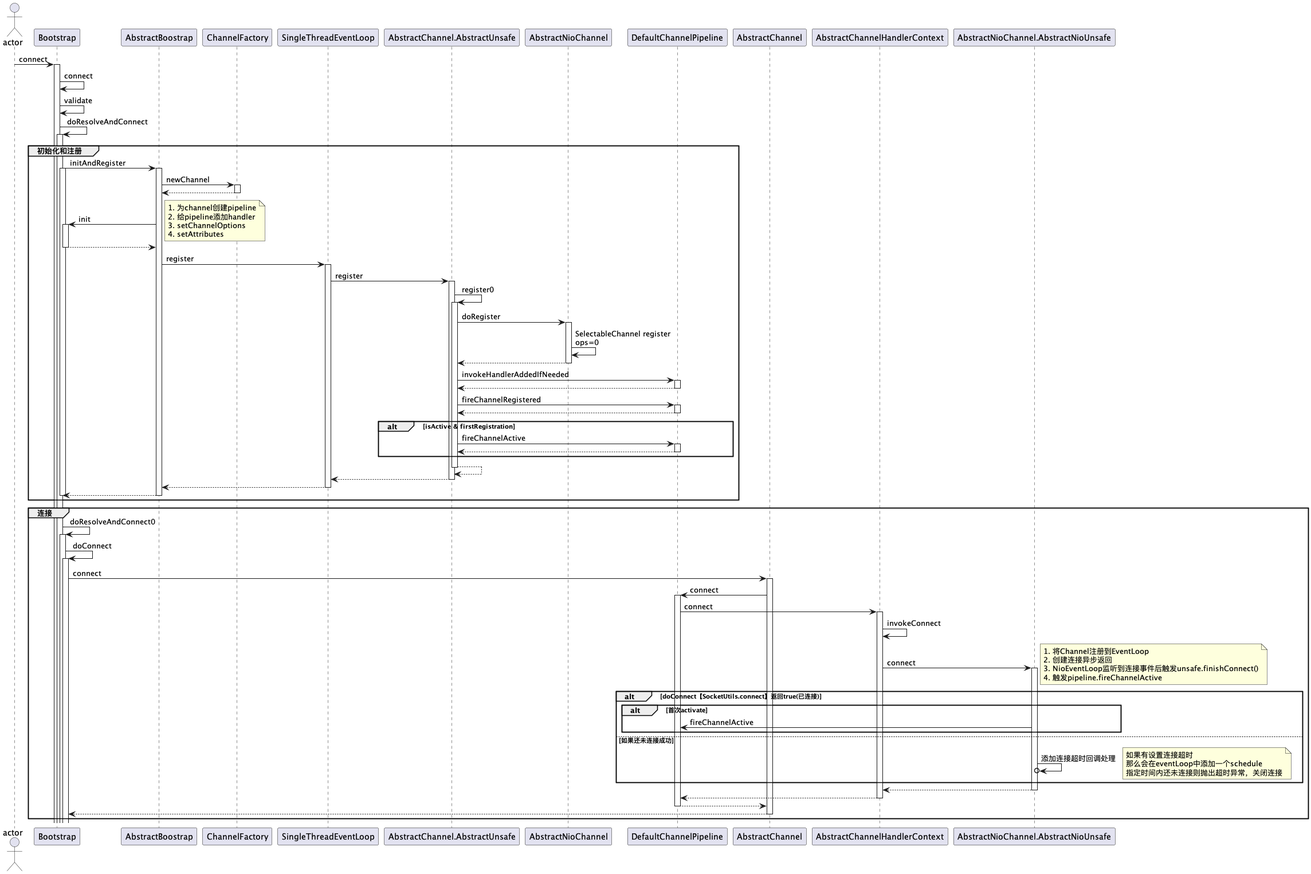
icankeep/netty-http-server-demo keeps this PlantUML diagram as docs/imgs/Bootstrap connect流程.png. Above is the earlier version.
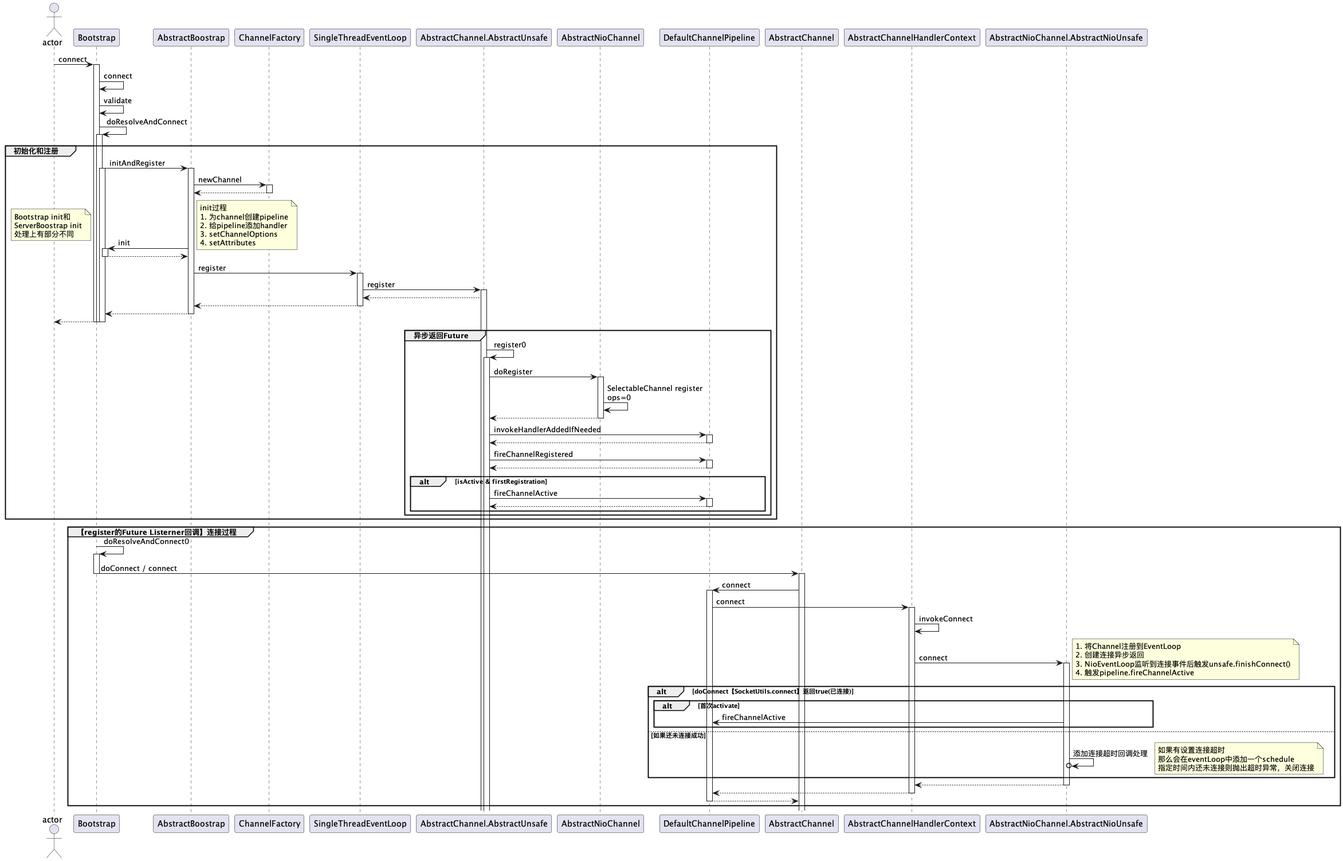
Later version of the same file.

Commit message:
update sequence diagram

The edit, as a diff of the source:
```diff
@@ -17,48 +17,66 @@
     deactivate ChannelFactory
     AbstractBoostrap -> Bootstrap: init
         note right
+            init过程
             1. 为channel创建pipeline
             2. 给pipeline添加handler
             3. setChannelOptions
             4. setAttributes
         end note
+        note left
+            Bootstrap init和
+            ServerBoostrap init
+            处理上有部分不同
+        end note
     activate Bootstrap
     return
+
+
     AbstractBoostrap -> SingleThreadEventLoop: register
     activate SingleThreadEventLoop
     SingleThreadEventLoop -> AbstractChannel.AbstractUnsafe: register
     activate AbstractChannel.AbstractUnsafe
-    AbstractChannel.AbstractUnsafe -> AbstractChannel.AbstractUnsafe: register0
-    activate AbstractChannel.AbstractUnsafe
-    AbstractChannel.AbstractUnsafe -> AbstractNioChannel: doRegister
-    activate AbstractNioChannel
-    AbstractNioChannel -> AbstractNioChannel: SelectableChannel register\nops=0
-    AbstractNioChannel --> AbstractChannel.AbstractUnsafe
-    deactivate AbstractNioChannel
-    AbstractChannel.AbstractUnsafe -> DefaultChannelPipeline: invokeHandlerAddedIfNeeded
-    activate DefaultChannelPipeline
-    return
-    AbstractChannel.AbstractUnsafe -> DefaultChannelPipeline: fireChannelRegistered
-    activate DefaultChannelPipeline
-    return
-    alt isActive & firstRegistration
-        AbstractChannel.AbstractUnsafe -> DefaultChannelPipeline: fireChannelActive
-        activate DefaultChannelPipeline
-        return
-    end
-    return
-    return
-    return
-    return
+    AbstractChannel.AbstractUnsafe --> SingleThreadEventLoop
+    SingleThreadEventLoop --> AbstractBoostrap
+    deactivate SingleThreadEventLoop
+    AbstractBoostrap --> Bootstrap
+    deactivate AbstractBoostrap
+    Bootstrap --> actor
     deactivate Bootstrap
+    deactivate Bootstrap
+    deactivate Bootstrap
+
+
+
+
+        group 异步返回Future
+            AbstractChannel.AbstractUnsafe -> AbstractChannel.AbstractUnsafe: register0
+            activate AbstractChannel.AbstractUnsafe
+            AbstractChannel.AbstractUnsafe -> AbstractNioChannel: doRegister
+            activate AbstractNioChannel
+            AbstractNioChannel -> AbstractNioChannel: SelectableChannel register\nops=0
+            AbstractNioChannel --> AbstractChannel.AbstractUnsafe
+            deactivate AbstractNioChannel
+            AbstractChannel.AbstractUnsafe -> DefaultChannelPipeline: invokeHandlerAddedIfNeeded
+            activate DefaultChannelPipeline
+            return
+            AbstractChannel.AbstractUnsafe -> DefaultChannelPipeline: fireChannelRegistered
+            activate DefaultChannelPipeline
+            return
+            alt isActive & firstRegistration
+                AbstractChannel.AbstractUnsafe -> DefaultChannelPipeline: fireChannelActive
+                activate DefaultChannelPipeline
+                return
+            end
+        end
 end
 
-group 连接
+group 【register的Future Listerner回调】连接过程
     Bootstrap -> Bootstrap: doResolveAndConnect0
     activate Bootstrap
-    Bootstrap -> Bootstrap: doConnect
-    activate Bootstrap
-    Bootstrap -> AbstractChannel: connect
+    Bootstrap -> AbstractChannel: doConnect / connect
+    deactivate Bootstrap
+    deactivate Bootstrap
     activate AbstractChannel
     AbstractChannel -> DefaultChannelPipeline: connect
     activate DefaultChannelPipeline
@@ -88,6 +106,5 @@
     return
     return
     return
-    return
 end
 @enduml
```
